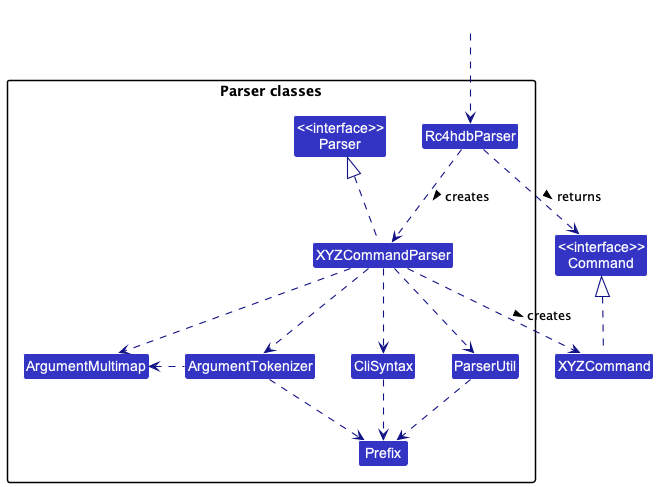
nus-cs2103-AY2223S1/tp keeps this PlantUML diagram as docs/images/ParserClasses.png. Above is the earlier version.
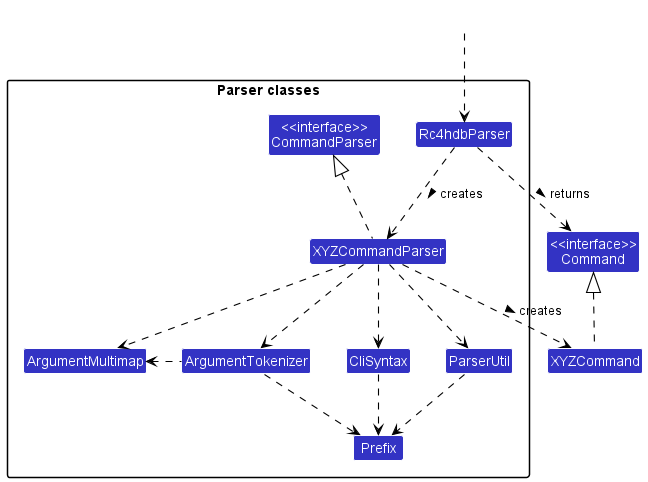
The same diagram one commit later.

Commit message:
Update ParserClasses diagram in DG

Diff of the diagram source:
```diff
@@ -1,14 +1,14 @@
 @startuml
 !include style.puml
 skinparam arrowThickness 1.1
-skinparam arrowColor LOGIC_COLOR_T4
+skinparam arrowColor BLACK
 skinparam classBackgroundColor LOGIC_COLOR
 
 Class "<<interface>>\nCommand" as Command
 Class XYZCommand
 
 package "Parser classes"{
-Class "<<interface>>\nParser" as Parser
+Class "<<interface>>\nCommandParser" as CommandParser
 Class Rc4hdbParser
 Class XYZCommandParser
 Class CliSyntax
@@ -25,7 +25,7 @@
 
 XYZCommandParser ..> XYZCommand : creates >
 Rc4hdbParser ..> Command : returns >
-XYZCommandParser .up.|> Parser
+XYZCommandParser .up.|> CommandParser
 XYZCommandParser ..> ArgumentMultimap
 XYZCommandParser ..> ArgumentTokenizer
 ArgumentTokenizer .left.> ArgumentMultimap
```
